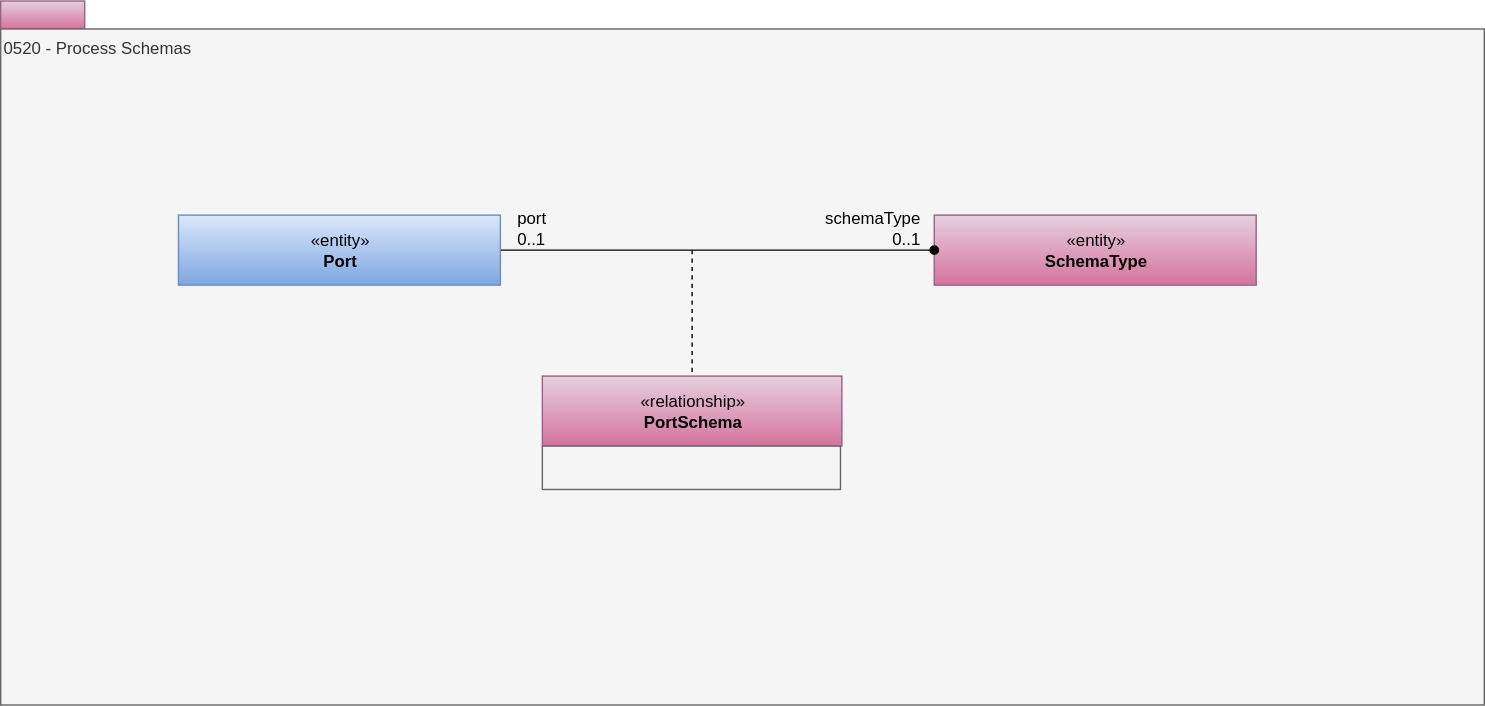
Earlier version of the draw.io export site/docs/types/5/0520-Process-Schemas.svg (odpi/egeria-docs). Source tidied: cells renumbered, new cells last; positions are measured from the earlier drawing's top-left corner, leaving out a move shared by most shapes.
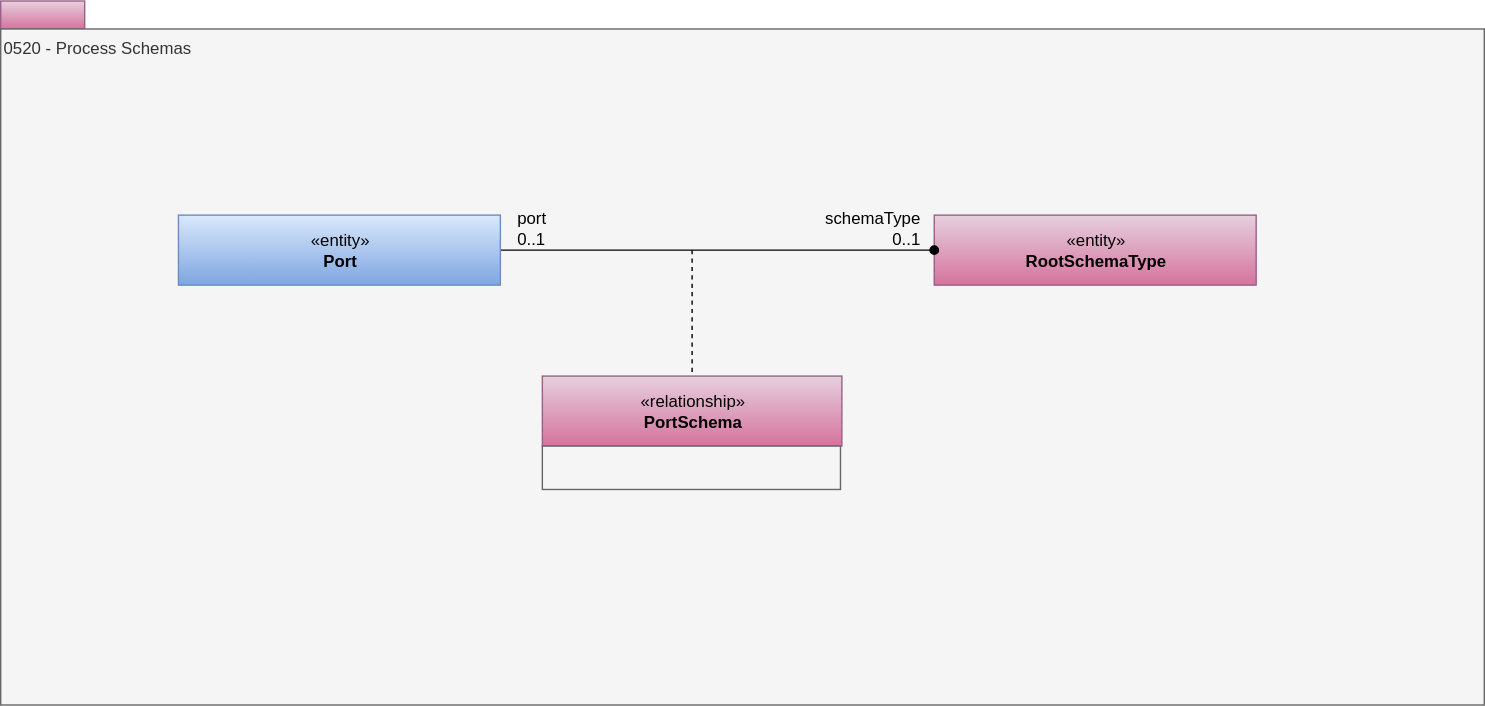
Above is the later version.

Change to the diagram source:
```diff
@@ -8,7 +8,7 @@
     <mxCell id="3" value="0520 - Process Schemas" style="rounded=0;whiteSpace=wrap;html=1;align=left;verticalAlign=top;fillColor=#f5f5f5;fontColor=#333333;strokeColor=#666666;" parent="1" vertex="1">
       <mxGeometry y="20" width="1060" height="483" as="geometry" />
     </mxCell>
-    <mxCell id="4" value="«entity»&lt;br&gt;&lt;b&gt;SchemaType&lt;/b&gt;" style="html=1;strokeColor=#996185;align=center;fillColor=#e6d0de;gradientColor=#d5739d;" parent="1" vertex="1">
+    <mxCell id="4" value="«entity»&lt;br&gt;&lt;b&gt;RootSchemaType&lt;/b&gt;" style="html=1;strokeColor=#996185;align=center;fillColor=#e6d0de;gradientColor=#d5739d;" parent="1" vertex="1">
       <mxGeometry x="667" y="153" width="230" height="50" as="geometry" />
     </mxCell>
     <mxCell id="5" value="«relationship»&lt;br&gt;&lt;b&gt;PortSchema&lt;/b&gt;" style="html=1;strokeColor=#996185;align=center;fillColor=#e6d0de;gradientColor=#d5739d;" parent="1" vertex="1">
```
